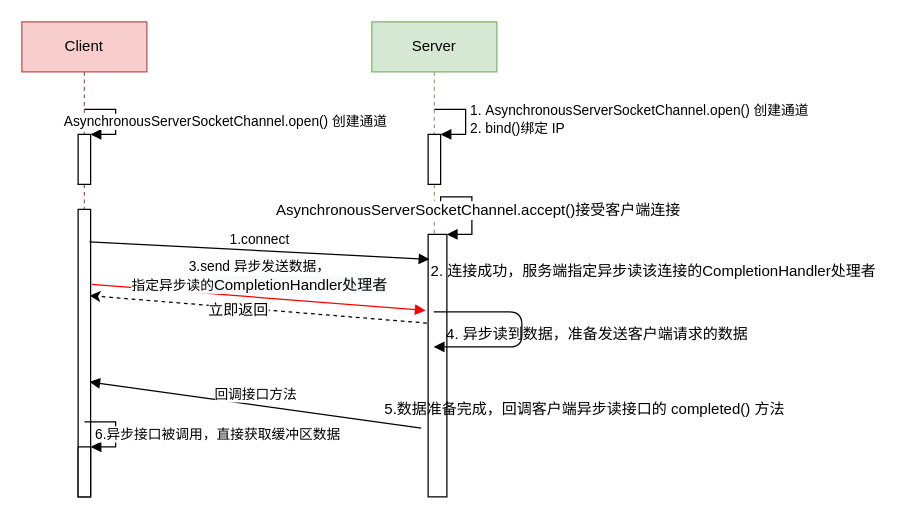
Before: AIO.drawio in yang00-74/flowchart, a draw.io diagram. Source tidied: cells renumbered, new cells numbered last; positions are measured from the earlier drawing's top-left corner, leaving out a move shared by most shapes. Both pictures are drawn from the tidied source at 125%, with x=0, y=0 at pixel (21, 21).
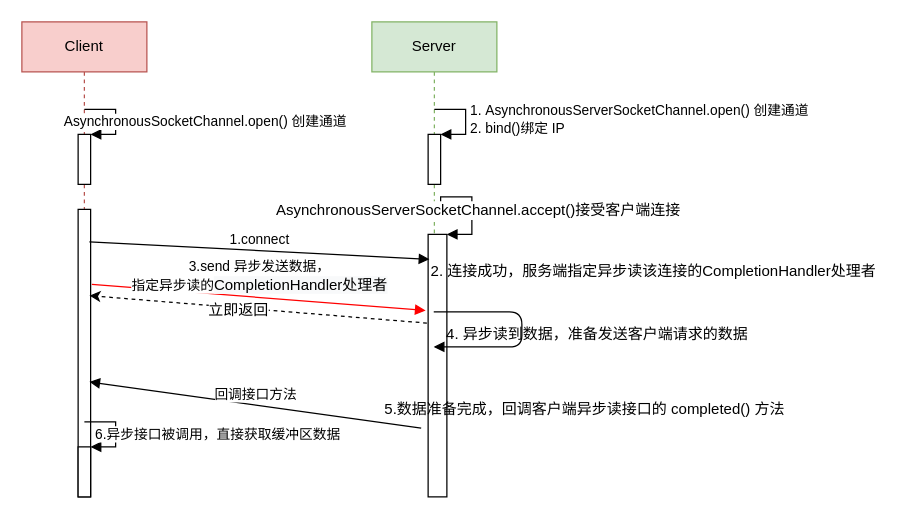
The same diagram, later.

Unchanged cells that the change refers to:
```xml
<mxCell id="2" value="Client" style="shape=umlLifeline;perimeter=lifelinePerimeter;whiteSpace=wrap;html=1;fillColor=#f8cecc;strokeColor=#b85450;" parent="1" vertex="1">
  <mxGeometry width="100" height="380" as="geometry" />
</mxCell>
<mxCell id="4" style="html=1;points=[];perimeter=orthogonalPerimeter;" parent="2" vertex="1">
  <mxGeometry x="45" y="90" width="10" height="40" as="geometry" />
</mxCell>
```

Diff of the diagram source:
```diff
@@
-    <mxCell id="5" value="AsynchronousServerSocketChannel.open() 创建通道" style="edgeStyle=orthogonalEdgeStyle;html=1;align=left;spacingLeft=2;endArrow=block;rounded=0;entryX=1;entryY=0;" parent="2" edge="1" target="4">
+    <mxCell id="5" value="AsynchronousSocketChannel.open() 创建通道" style="edgeStyle=orthogonalEdgeStyle;html=1;align=left;spacingLeft=2;endArrow=block;rounded=0;entryX=1;entryY=0;" parent="2" edge="1" target="4">
       <mxGeometry x="0.08" y="-45" relative="1" as="geometry">
         <mxPoint x="50" y="70" as="sourcePoint" />
         <Array as="points">
           <mxPoint x="75" y="70" />
         </Array>
       </mxGeometry>
     </mxCell>
```
